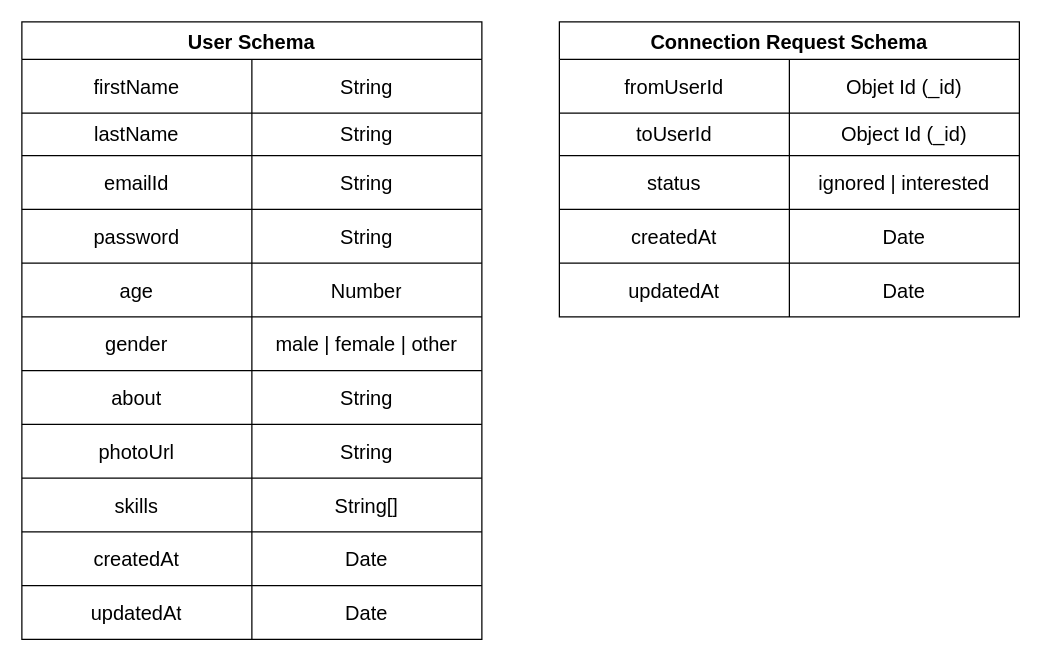
Before: server/userflow_diagram/schema_diagram.drawio in rkchoudhury/devTinder, a draw.io diagram. Source tidied: cells renumbered, new cells numbered last; positions are measured from the earlier drawing's top-left corner, leaving out a move shared by most shapes. Both pictures are drawn from the tidied source at 125%, with x=0, y=0 at pixel (21, 21).
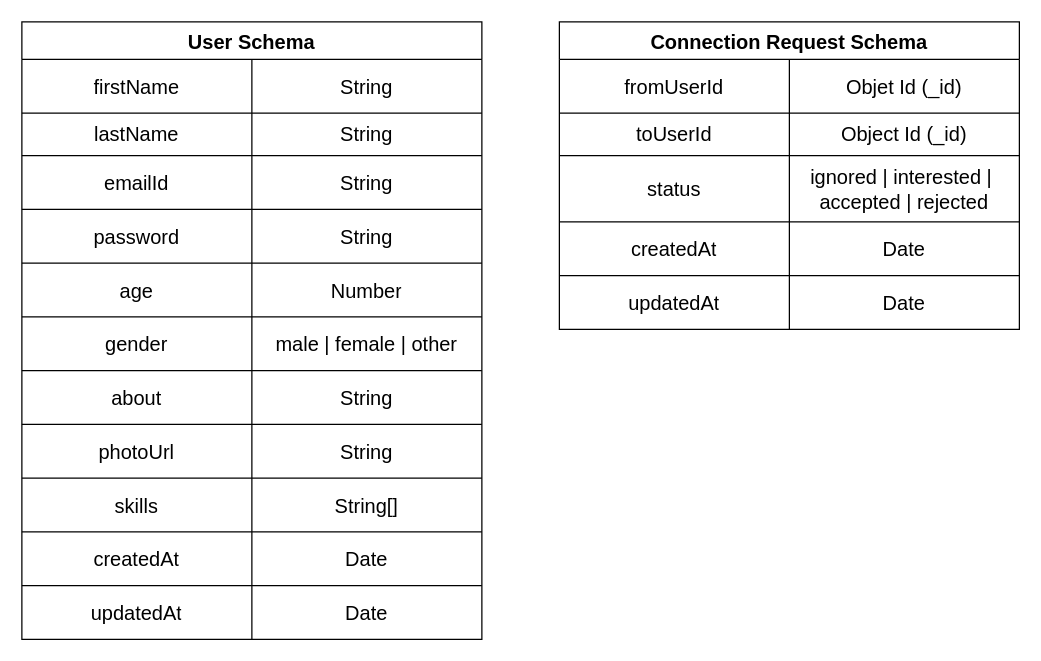
The same diagram, later.

Change to the diagram source:
```diff
@@
     <mxCell id="2" value="Connection Request Schema" style="shape=table;startSize=30;childLayout=tableLayout;strokeColor=default;fontSize=16;swimlaneLine=1;shadow=0;rounded=0;fontStyle=1;" parent="1" vertex="1">
-      <mxGeometry x="430" width="368" height="236" as="geometry" />
+      <mxGeometry x="430" width="368" height="246" as="geometry" />
     </mxCell>
@@
     <mxCell id="9" style="shape=tableRow;horizontal=0;startSize=0;swimlaneHead=0;swimlaneBody=0;strokeColor=inherit;top=0;left=0;bottom=0;right=0;fillColor=none;fontSize=16;" parent="2" vertex="1">
-      <mxGeometry y="107" width="368" height="43" as="geometry" />
+      <mxGeometry y="107" width="368" height="53" as="geometry" />
     </mxCell>
     <mxCell id="10" value="status" style="shape=partialRectangle;html=1;whiteSpace=wrap;strokeColor=inherit;overflow=hidden;fillColor=none;top=0;left=0;bottom=0;right=0;fontSize=16;" parent="9" vertex="1">
-      <mxGeometry width="184" height="43" as="geometry" />
+      <mxGeometry width="184" height="53" as="geometry" />
     </mxCell>
-    <mxCell id="11" value="ignored | interested" style="shape=partialRectangle;html=1;whiteSpace=wrap;strokeColor=inherit;overflow=hidden;fillColor=none;top=0;left=0;bottom=0;right=0;fontSize=16;" parent="9" vertex="1">
-      <mxGeometry x="184" width="184" height="43" as="geometry" />
+    <mxCell id="11" value="&lt;font style=&quot;color: rgb(0, 0, 0);&quot;&gt;ignored | interested |&amp;nbsp;&lt;/font&gt;&lt;div&gt;&lt;font style=&quot;color: rgb(0, 0, 0);&quot;&gt;accepted | rejected&lt;/font&gt;&lt;/div&gt;" style="shape=partialRectangle;html=1;whiteSpace=wrap;strokeColor=inherit;overflow=hidden;fillColor=none;top=0;left=0;bottom=0;right=0;fontSize=16;" parent="9" vertex="1">
+      <mxGeometry x="184" width="184" height="53" as="geometry" />
     </mxCell>
     <mxCell id="12" style="shape=tableRow;horizontal=0;startSize=0;swimlaneHead=0;swimlaneBody=0;strokeColor=inherit;top=0;left=0;bottom=0;right=0;fillColor=none;fontSize=16;" parent="2" vertex="1">
-      <mxGeometry y="150" width="368" height="43" as="geometry" />
+      <mxGeometry y="160" width="368" height="43" as="geometry" />
     </mxCell>
@@
     <mxCell id="15" style="shape=tableRow;horizontal=0;startSize=0;swimlaneHead=0;swimlaneBody=0;strokeColor=inherit;top=0;left=0;bottom=0;right=0;fillColor=none;fontSize=16;" parent="2" vertex="1">
-      <mxGeometry y="193" width="368" height="43" as="geometry" />
+      <mxGeometry y="203" width="368" height="43" as="geometry" />
     </mxCell>
```
